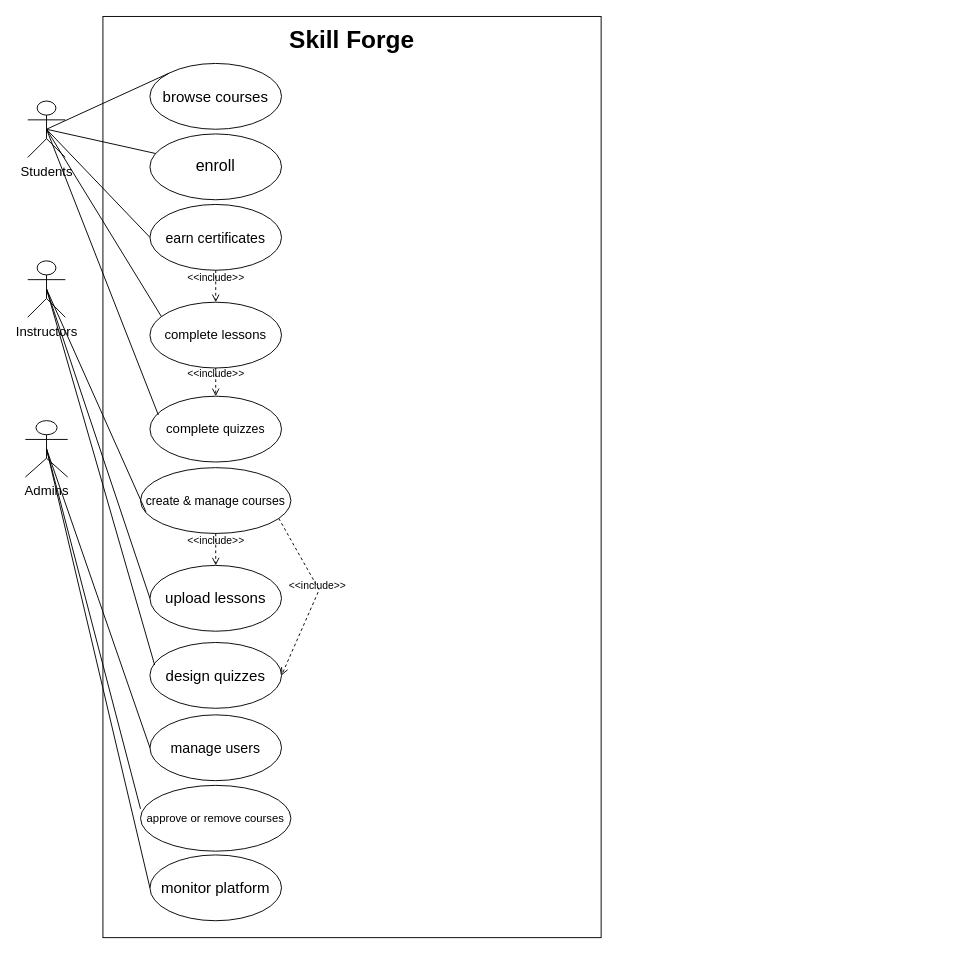
The draw.io diagram docs/uml/Use Case Diagram.drawio in mohandLOL1/skillforge, before the edit. Source tidied: cells renumbered, new cells numbered last; positions are measured from the earlier drawing's top-left corner, leaving out a move shared by most shapes. Both pictures are drawn from the tidied source at 94%, with x=0, y=0 at pixel (25, 16).
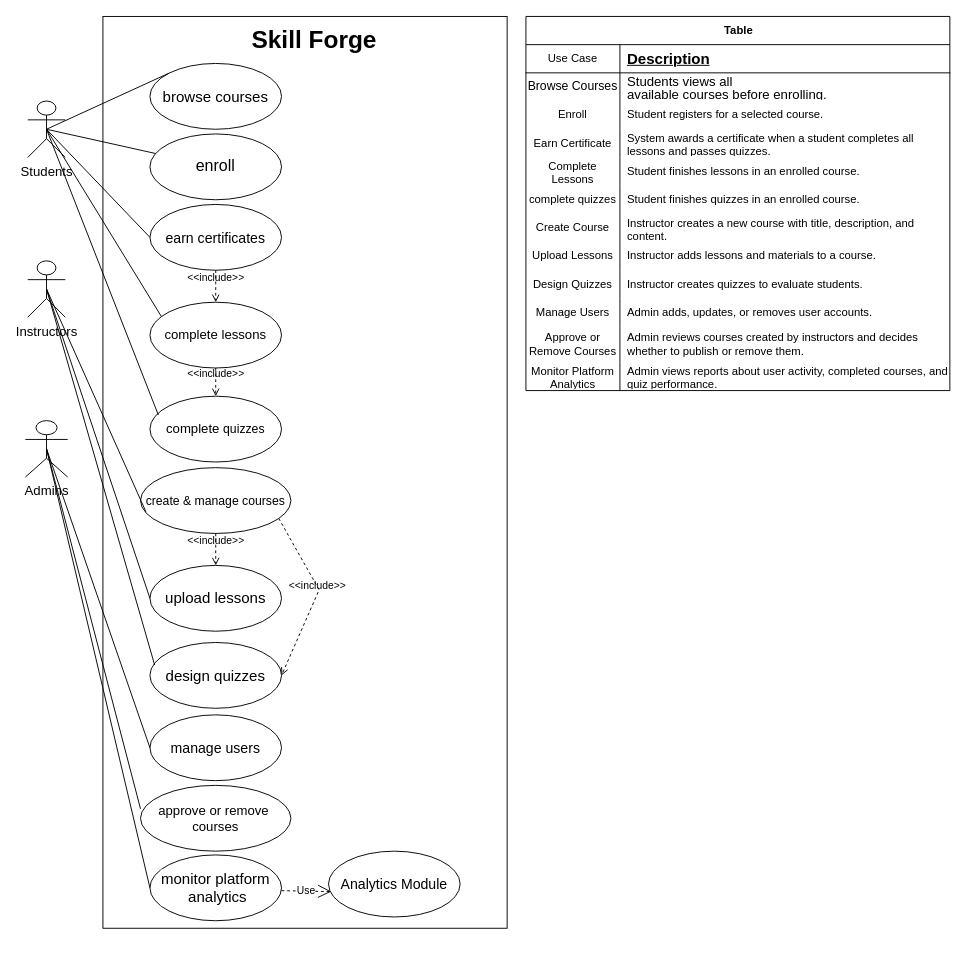
Above is the later version.

Commit message:
added use case Diagram

The edit, as a diff of the source:
```diff
@@
     <mxCell id="4" style="whiteSpace=wrap;html=1;labelBackgroundColor=default;fontStyle=1;" parent="1" vertex="1">
-      <mxGeometry x="82" width="530" height="980" as="geometry" />
+      <mxGeometry x="82" width="430" height="970" as="geometry" />
     </mxCell>
@@
     <mxCell id="10" value="&lt;font style=&quot;font-size: 26px;&quot;&gt;&lt;b style=&quot;&quot;&gt;Skill Forge&lt;/b&gt;&lt;/font&gt;" style="text;html=1;whiteSpace=wrap;strokeColor=none;fillColor=none;align=center;verticalAlign=middle;rounded=0;labelBackgroundColor=default;" parent="1" vertex="1">
-      <mxGeometry x="232" y="10" width="230" height="30" as="geometry" />
+      <mxGeometry x="192" y="10" width="230" height="30" as="geometry" />
     </mxCell>
@@
-    <mxCell id="13" value="&lt;font&gt;approve or remove courses&lt;/font&gt;" style="ellipse;whiteSpace=wrap;html=1;labelBackgroundColor=default;" parent="1" vertex="1">
+    <mxCell id="13" value="&lt;font style=&quot;font-size: 14px;&quot;&gt;approve or remove&amp;nbsp;&lt;/font&gt;&lt;div&gt;&lt;font style=&quot;font-size: 14px;&quot;&gt;courses&lt;/font&gt;&lt;/div&gt;" style="ellipse;whiteSpace=wrap;html=1;labelBackgroundColor=default;" parent="1" vertex="1">
       <mxGeometry x="122" y="818" width="160" height="70" as="geometry" />
     </mxCell>
+    <mxCell id="33" style="edgeStyle=orthogonalEdgeStyle;rounded=0;orthogonalLoop=1;jettySize=auto;html=1;exitX=1;exitY=0.5;exitDx=0;exitDy=0;entryX=0.971;entryY=0.343;entryDx=0;entryDy=0;entryPerimeter=0;" parent="1" edge="1" source="14" target="14">
+      <mxGeometry relative="1" as="geometry" />
+    </mxCell>
-    <mxCell id="14" value="&lt;font style=&quot;font-size: 16px;&quot;&gt;monitor&amp;nbsp;platform&lt;/font&gt;" style="ellipse;whiteSpace=wrap;html=1;labelBackgroundColor=default;" parent="1" vertex="1">
+    <mxCell id="14" value="&lt;font style=&quot;font-size: 16px;&quot;&gt;monitor&amp;nbsp;platform&lt;/font&gt;&lt;div&gt;&lt;font style=&quot;font-size: 16px;&quot;&gt;&amp;nbsp;analytics&lt;/font&gt;&lt;/div&gt;" style="ellipse;whiteSpace=wrap;html=1;labelBackgroundColor=default;" parent="1" vertex="1">
       <mxGeometry x="132" y="892" width="140" height="70" as="geometry" />
     </mxCell>
@@
+    <mxCell id="34" value="Use" style="endArrow=open;endSize=12;dashed=1;html=1;rounded=0;entryX=0.021;entryY=0.614;entryDx=0;entryDy=0;strokeWidth=1;entryPerimeter=0;" parent="1" edge="1" target="35">
+      <mxGeometry relative="1" as="geometry">
+        <mxPoint x="272" y="930" as="sourcePoint" />
+      </mxGeometry>
+    </mxCell>
+    <mxCell id="35" value="&lt;font style=&quot;font-size: 15px;&quot;&gt;Analytics Module&lt;/font&gt;" style="ellipse;whiteSpace=wrap;html=1;" parent="1" vertex="1">
+      <mxGeometry x="322" y="888" width="140" height="70" as="geometry" />
+    </mxCell>
+    <mxCell id="36" value="Table" style="shape=table;startSize=30;childLayout=tableLayout;rowLines=0;fontStyle=1;align=center;html=1;" parent="1" vertex="1">
+      <mxGeometry x="532" width="451" height="398" as="geometry" />
+    </mxCell>
+    <mxCell id="37" style="shape=tableRow;horizontal=0;startSize=0;swimlaneHead=0;swimlaneBody=0;fillColor=none;top=0;left=0;right=0;bottom=1;" parent="36" vertex="1">
+      <mxGeometry y="30" width="451" height="30" as="geometry" />
+    </mxCell>
+    <mxCell id="38" value="&lt;span style=&quot;line-height: 107%; font-family: Aptos, sans-serif; font-weight: normal;&quot;&gt;&lt;font&gt;Use Case&lt;/font&gt;&lt;/span&gt;" style="shape=partialRectangle;fillColor=none;top=0;left=0;bottom=0;right=0;fontStyle=1;overflow=hidden;whiteSpace=wrap;html=1;" parent="37" vertex="1">
+      <mxGeometry width="100" height="30" as="geometry" />
+    </mxCell>
+    <mxCell id="39" value="&lt;span style=&quot;font-size:12.0pt;line-height:107%;&lt;br/&gt;font-family:&amp;quot;Aptos&amp;quot;,sans-serif;mso-ascii-theme-font:minor-latin;mso-fareast-font-family:&lt;br/&gt;Aptos;mso-fareast-theme-font:minor-latin;mso-hansi-theme-font:minor-latin;&lt;br/&gt;mso-bidi-font-family:Arial;mso-bidi-theme-font:minor-bidi;mso-ansi-language:&lt;br/&gt;EN-US;mso-fareast-language:EN-US;mso-bidi-language:AR-SA&quot;&gt;Description&lt;/span&gt;" style="shape=partialRectangle;fillColor=none;top=0;left=0;bottom=0;right=0;align=left;spacingLeft=6;fontStyle=5;overflow=hidden;whiteSpace=wrap;html=1;" parent="37" vertex="1">
+      <mxGeometry x="100" width="351" height="30" as="geometry" />
+    </mxCell>
+    <mxCell id="40" style="shape=tableRow;horizontal=0;startSize=0;swimlaneHead=0;swimlaneBody=0;fillColor=none;top=0;left=0;right=0;bottom=0;" parent="36" vertex="1">
+      <mxGeometry y="60" width="451" height="30" as="geometry" />
+    </mxCell>
+    <mxCell id="41" value="&lt;span style=&quot;line-height: 107%; font-family: Aptos, sans-serif;&quot;&gt;&lt;font style=&quot;font-size: 13px;&quot;&gt;Browse Courses&lt;/font&gt;&lt;/span&gt;" style="shape=partialRectangle;fillColor=none;top=0;left=0;bottom=0;right=0;overflow=hidden;whiteSpace=wrap;html=1;" parent="40" vertex="1">
+      <mxGeometry width="100" height="30" as="geometry" />
+    </mxCell>
+    <mxCell id="42" value="&lt;span style=&quot;line-height: 107%; font-family: Aptos, sans-serif;&quot;&gt;&lt;font style=&quot;font-size: 14px;&quot;&gt;Students views all&lt;br/&gt;available courses before enrolling.&lt;/font&gt;&lt;/span&gt;" style="shape=partialRectangle;fillColor=none;top=0;left=0;bottom=0;right=0;align=left;spacingLeft=6;overflow=hidden;whiteSpace=wrap;html=1;" parent="40" vertex="1">
+      <mxGeometry x="100" width="351" height="30" as="geometry" />
+    </mxCell>
+    <mxCell id="43" style="shape=tableRow;horizontal=0;startSize=0;swimlaneHead=0;swimlaneBody=0;fillColor=none;top=0;left=0;right=0;bottom=0;" parent="36" vertex="1">
+      <mxGeometry y="90" width="451" height="30" as="geometry" />
+    </mxCell>
+    <mxCell id="44" value="Enroll" style="shape=partialRectangle;fillColor=none;top=0;left=0;bottom=0;right=0;overflow=hidden;whiteSpace=wrap;html=1;" parent="43" vertex="1">
+      <mxGeometry width="100" height="30" as="geometry" />
+    </mxCell>
+    <mxCell id="45" value="Student registers for a selected course." style="shape=partialRectangle;fillColor=none;top=0;left=0;bottom=0;right=0;align=left;spacingLeft=6;overflow=hidden;whiteSpace=wrap;html=1;" parent="43" vertex="1">
+      <mxGeometry x="100" width="351" height="30" as="geometry" />
+    </mxCell>
+    <mxCell id="46" style="shape=tableRow;horizontal=0;startSize=0;swimlaneHead=0;swimlaneBody=0;fillColor=none;top=0;left=0;right=0;bottom=0;" parent="36" vertex="1">
+      <mxGeometry y="120" width="451" height="30" as="geometry" />
+    </mxCell>
+    <mxCell id="47" value="Earn Certificate" style="shape=partialRectangle;fillColor=none;top=0;left=0;bottom=0;right=0;overflow=hidden;whiteSpace=wrap;html=1;" parent="46" vertex="1">
+      <mxGeometry width="100" height="30" as="geometry" />
+    </mxCell>
+    <mxCell id="48" value="System awards a certificate when a student completes all lessons and passes quizzes." style="shape=partialRectangle;fillColor=none;top=0;left=0;bottom=0;right=0;align=left;spacingLeft=6;overflow=hidden;whiteSpace=wrap;html=1;" parent="46" vertex="1">
+      <mxGeometry x="100" width="351" height="30" as="geometry" />
+    </mxCell>
+    <mxCell id="49" style="shape=tableRow;horizontal=0;startSize=0;swimlaneHead=0;swimlaneBody=0;fillColor=none;top=0;left=0;right=0;bottom=0;" parent="36" vertex="1">
+      <mxGeometry y="150" width="451" height="30" as="geometry" />
+    </mxCell>
+    <mxCell id="50" value="Complete Lessons" style="shape=partialRectangle;fillColor=none;top=0;left=0;bottom=0;right=0;overflow=hidden;whiteSpace=wrap;html=1;" parent="49" vertex="1">
+      <mxGeometry width="100" height="30" as="geometry" />
+    </mxCell>
+    <mxCell id="51" value="Student finishes lessons in an enrolled course." style="shape=partialRectangle;fillColor=none;top=0;left=0;bottom=0;right=0;align=left;spacingLeft=6;overflow=hidden;whiteSpace=wrap;html=1;" parent="49" vertex="1">
+      <mxGeometry x="100" width="351" height="30" as="geometry" />
+    </mxCell>
+    <mxCell id="52" style="shape=tableRow;horizontal=0;startSize=0;swimlaneHead=0;swimlaneBody=0;fillColor=none;top=0;left=0;right=0;bottom=0;" parent="36" vertex="1">
+      <mxGeometry y="180" width="451" height="30" as="geometry" />
+    </mxCell>
+    <mxCell id="53" value="&lt;font&gt;complete&amp;nbsp;&lt;font style=&quot;&quot;&gt;quizzes&lt;/font&gt;&lt;/font&gt;" style="shape=partialRectangle;fillColor=none;top=0;left=0;bottom=0;right=0;overflow=hidden;whiteSpace=wrap;html=1;" parent="52" vertex="1">
+      <mxGeometry width="100" height="30" as="geometry" />
+    </mxCell>
+    <mxCell id="54" value="Student finishes quizzes in an enrolled course." style="shape=partialRectangle;fillColor=none;top=0;left=0;bottom=0;right=0;align=left;spacingLeft=6;overflow=hidden;whiteSpace=wrap;html=1;" parent="52" vertex="1">
+      <mxGeometry x="100" width="351" height="30" as="geometry" />
+    </mxCell>
+    <mxCell id="55" style="shape=tableRow;horizontal=0;startSize=0;swimlaneHead=0;swimlaneBody=0;fillColor=none;top=0;left=0;right=0;bottom=0;" parent="36" vertex="1">
+      <mxGeometry y="210" width="451" height="30" as="geometry" />
+    </mxCell>
+    <mxCell id="56" value="Create Course" style="shape=partialRectangle;fillColor=none;top=0;left=0;bottom=0;right=0;overflow=hidden;whiteSpace=wrap;html=1;" parent="55" vertex="1">
+      <mxGeometry width="100" height="30" as="geometry" />
+    </mxCell>
+    <mxCell id="57" value="Instructor creates a new course with title, description, and content." style="shape=partialRectangle;fillColor=none;top=0;left=0;bottom=0;right=0;align=left;spacingLeft=6;overflow=hidden;whiteSpace=wrap;html=1;" parent="55" vertex="1">
+      <mxGeometry x="100" width="351" height="30" as="geometry" />
+    </mxCell>
+    <mxCell id="58" style="shape=tableRow;horizontal=0;startSize=0;swimlaneHead=0;swimlaneBody=0;fillColor=none;top=0;left=0;right=0;bottom=0;" parent="36" vertex="1">
+      <mxGeometry y="240" width="451" height="30" as="geometry" />
+    </mxCell>
+    <mxCell id="59" value="Upload Lessons" style="shape=partialRectangle;fillColor=none;top=0;left=0;bottom=0;right=0;overflow=hidden;whiteSpace=wrap;html=1;" parent="58" vertex="1">
+      <mxGeometry width="100" height="30" as="geometry" />
+    </mxCell>
+    <mxCell id="60" value="Instructor adds lessons and materials to a course." style="shape=partialRectangle;fillColor=none;top=0;left=0;bottom=0;right=0;align=left;spacingLeft=6;overflow=hidden;whiteSpace=wrap;html=1;" parent="58" vertex="1">
+      <mxGeometry x="100" width="351" height="30" as="geometry" />
+    </mxCell>
+    <mxCell id="61" style="shape=tableRow;horizontal=0;startSize=0;swimlaneHead=0;swimlaneBody=0;fillColor=none;top=0;left=0;right=0;bottom=0;" parent="36" vertex="1">
+      <mxGeometry y="270" width="451" height="30" as="geometry" />
+    </mxCell>
+    <mxCell id="62" value="Design Quizzes" style="shape=partialRectangle;fillColor=none;top=0;left=0;bottom=0;right=0;overflow=hidden;whiteSpace=wrap;html=1;" parent="61" vertex="1">
+      <mxGeometry width="100" height="30" as="geometry" />
+    </mxCell>
+    <mxCell id="63" value="Instructor creates quizzes to evaluate students." style="shape=partialRectangle;fillColor=none;top=0;left=0;bottom=0;right=0;align=left;spacingLeft=6;overflow=hidden;whiteSpace=wrap;html=1;" parent="61" vertex="1">
+      <mxGeometry x="100" width="351" height="30" as="geometry" />
+    </mxCell>
+    <mxCell id="64" style="shape=tableRow;horizontal=0;startSize=0;swimlaneHead=0;swimlaneBody=0;fillColor=none;top=0;left=0;right=0;bottom=0;" parent="36" vertex="1">
+      <mxGeometry y="300" width="451" height="30" as="geometry" />
+    </mxCell>
+    <mxCell id="65" value="Manage Users" style="shape=partialRectangle;fillColor=none;top=0;left=0;bottom=0;right=0;overflow=hidden;whiteSpace=wrap;html=1;" parent="64" vertex="1">
+      <mxGeometry width="100" height="30" as="geometry" />
+    </mxCell>
+    <mxCell id="66" value="Admin adds, updates, or removes user accounts." style="shape=partialRectangle;fillColor=none;top=0;left=0;bottom=0;right=0;align=left;spacingLeft=6;overflow=hidden;whiteSpace=wrap;html=1;" parent="64" vertex="1">
+      <mxGeometry x="100" width="351" height="30" as="geometry" />
+    </mxCell>
+    <mxCell id="67" style="shape=tableRow;horizontal=0;startSize=0;swimlaneHead=0;swimlaneBody=0;fillColor=none;top=0;left=0;right=0;bottom=0;" parent="36" vertex="1">
+      <mxGeometry y="330" width="451" height="38" as="geometry" />
+    </mxCell>
+    <mxCell id="68" value="Approve or Remove Courses" style="shape=partialRectangle;fillColor=none;top=0;left=0;bottom=0;right=0;overflow=hidden;whiteSpace=wrap;html=1;" parent="67" vertex="1">
+      <mxGeometry width="100" height="38" as="geometry" />
+    </mxCell>
+    <mxCell id="69" value="Admin reviews courses created by instructors and decides whether to publish or remove them." style="shape=partialRectangle;fillColor=none;top=0;left=0;bottom=0;right=0;align=left;spacingLeft=6;overflow=hidden;whiteSpace=wrap;html=1;" parent="67" vertex="1">
+      <mxGeometry x="100" width="351" height="38" as="geometry" />
+    </mxCell>
+    <mxCell id="70" style="shape=tableRow;horizontal=0;startSize=0;swimlaneHead=0;swimlaneBody=0;fillColor=none;top=0;left=0;right=0;bottom=0;" parent="36" vertex="1">
+      <mxGeometry y="368" width="451" height="30" as="geometry" />
+    </mxCell>
+    <mxCell id="71" value="Monitor Platform Analytics" style="shape=partialRectangle;fillColor=none;top=0;left=0;bottom=0;right=0;overflow=hidden;whiteSpace=wrap;html=1;" parent="70" vertex="1">
+      <mxGeometry width="100" height="30" as="geometry" />
+    </mxCell>
+    <mxCell id="72" value="Admin views reports about user activity, completed courses, and quiz performance." style="shape=partialRectangle;fillColor=none;top=0;left=0;bottom=0;right=0;align=left;spacingLeft=6;overflow=hidden;whiteSpace=wrap;html=1;" parent="70" vertex="1">
+      <mxGeometry x="100" width="351" height="30" as="geometry" />
+    </mxCell>
```
